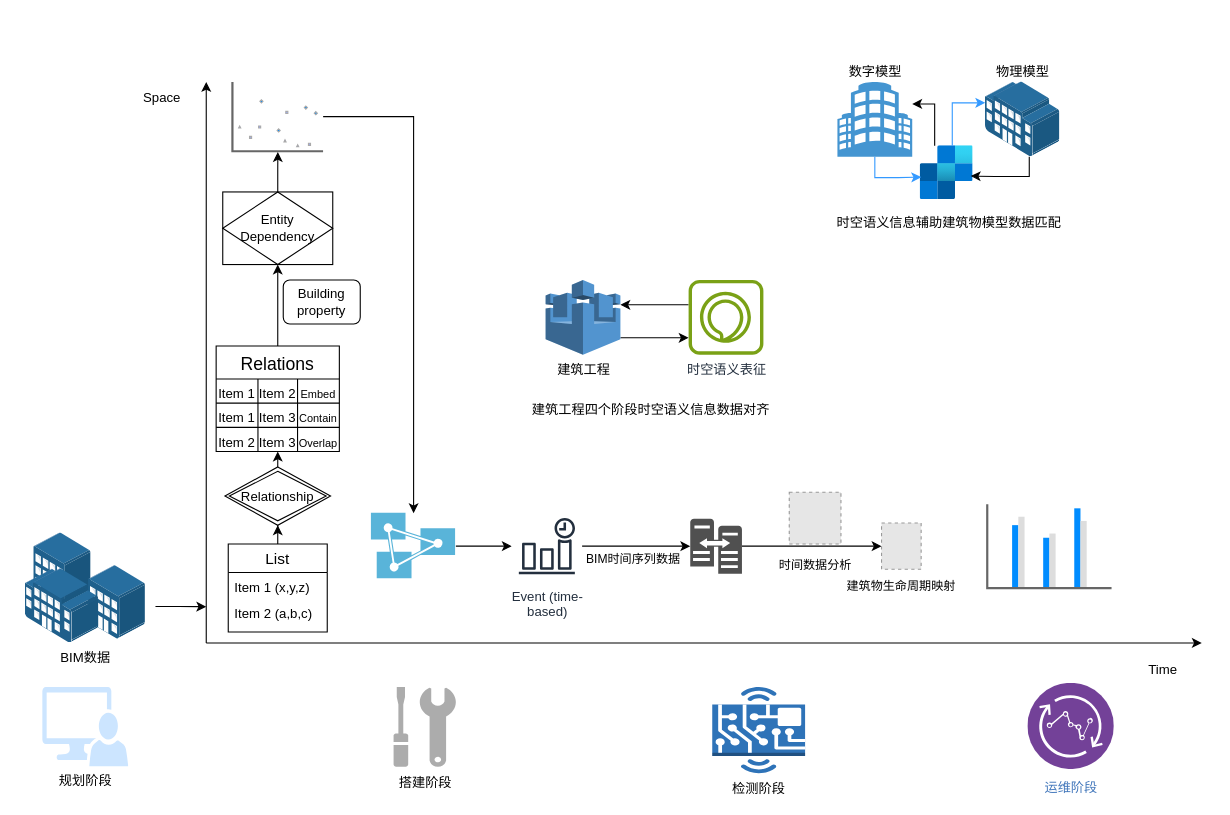
Student-WangZhengTao/LLM keeps this draw.io diagram as new.drawio. Above is the earlier version. Source tidied: cells renumbered, new cells numbered last; positions are measured from the earlier drawing's top-left corner, leaving out a move shared by most shapes. Both pictures are drawn from the tidied source at 110%, with x=0, y=0 at pixel (19, 81). Pictures stored in the file or linked from it are replaced by grey dashed boxes.
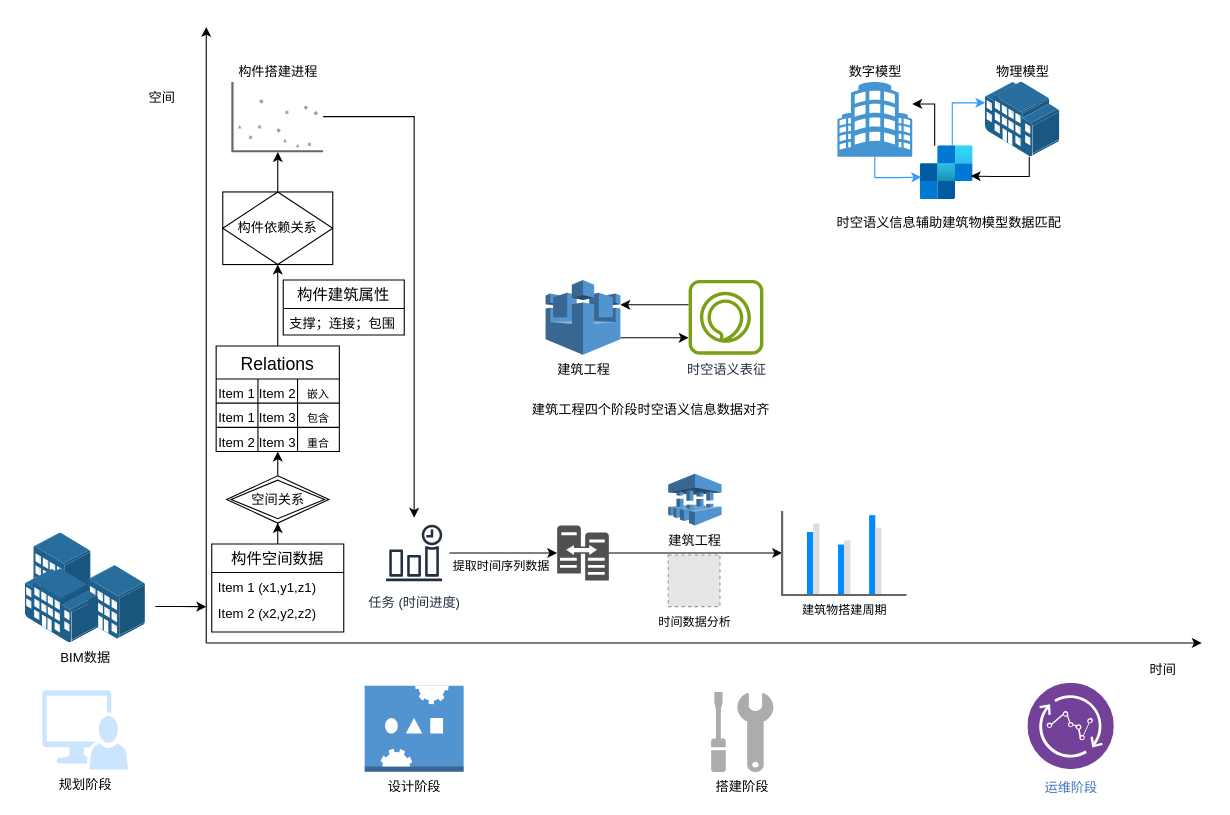
Above is the later version.

The change refers to these unchanged cells:
```xml
<mxCell id="12" style="shape=tableRow;horizontal=0;startSize=0;swimlaneHead=0;swimlaneBody=0;strokeColor=inherit;top=0;left=0;bottom=0;right=0;fillColor=none;fontSize=16;" parent="11" vertex="1">
  <mxGeometry y="30" width="112" height="22" as="geometry" />
</mxCell>
<mxCell id="16" style="shape=tableRow;horizontal=0;startSize=0;swimlaneHead=0;swimlaneBody=0;strokeColor=inherit;top=0;left=0;bottom=0;right=0;fillColor=none;fontSize=16;" parent="11" vertex="1">
  <mxGeometry y="52" width="112" height="22" as="geometry" />
</mxCell>
<mxCell id="20" style="shape=tableRow;horizontal=0;startSize=0;swimlaneHead=0;swimlaneBody=0;strokeColor=inherit;top=0;left=0;bottom=0;right=0;fillColor=none;fontSize=16;" parent="11" vertex="1">
  <mxGeometry y="74" width="112" height="22" as="geometry" />
</mxCell>
<mxCell id="41" style="edgeStyle=orthogonalEdgeStyle;rounded=0;jettySize=auto;html=1;entryX=0;entryY=0.5;entryDx=0;entryDy=0;entryPerimeter=0;" parent="1" edge="1" source="40" target="39">
  <mxGeometry relative="1" as="geometry" />
</mxCell>
```

Diff of the diagram source:
```diff
@@
     <mxCell id="3" style="endArrow=classic;html=1;rounded=0;" parent="1" edge="1">
       <mxGeometry relative="1" as="geometry">
         <mxPoint x="170" y="510" as="sourcePoint" />
-        <mxPoint x="170" as="targetPoint" />
+        <mxPoint x="170" y="-50" as="targetPoint" />
       </mxGeometry>
     </mxCell>
@@
-    <mxCell id="5" value="List" style="swimlane;fontStyle=0;horizontal=1;startSize=26;align=center;fontSize=14;" parent="1" vertex="1">
-      <mxGeometry x="190" y="420" width="90" height="80" as="geometry" />
+    <mxCell id="5" value="构件空间数据" style="swimlane;fontStyle=0;horizontal=1;startSize=26;align=center;fontSize=14;" parent="1" vertex="1">
+      <mxGeometry x="175" y="420" width="120" height="80" as="geometry" />
     </mxCell>
-    <mxCell id="6" value="Item 1 (x,y,z)" style="text;strokeColor=none;fillColor=none;spacingLeft=4;spacingRight=4;overflow=hidden;fontSize=12;whiteSpace=wrap;html=1;" parent="5" vertex="1">
-      <mxGeometry y="26" width="90" height="24" as="geometry" />
+    <mxCell id="6" value="Item 1 (x1,y1,z1)" style="text;strokeColor=none;fillColor=none;spacingLeft=4;spacingRight=4;overflow=hidden;fontSize=12;whiteSpace=wrap;html=1;" parent="5" vertex="1">
+      <mxGeometry y="26" width="120" height="24" as="geometry" />
     </mxCell>
-    <mxCell id="7" value="Item 2 (a,b,c)" style="text;strokeColor=none;fillColor=none;spacingLeft=4;spacingRight=4;overflow=hidden;fontSize=12;whiteSpace=wrap;html=1;" parent="5" vertex="1">
-      <mxGeometry y="50" width="90" height="30" as="geometry" />
+    <mxCell id="7" value="Item 2 (x2,y2,z2)" style="text;strokeColor=none;fillColor=none;spacingLeft=4;spacingRight=4;overflow=hidden;fontSize=12;whiteSpace=wrap;html=1;" parent="5" vertex="1">
+      <mxGeometry y="50" width="120" height="30" as="geometry" />
     </mxCell>
@@
-    <mxCell id="9" value="Relationship" style="shape=rhombus;double=1;perimeter=rhombusPerimeter;whiteSpace=wrap;html=1;align=center;" parent="1" vertex="1">
-      <mxGeometry x="187" y="350" width="96" height="53" as="geometry" />
+    <mxCell id="9" value="空间关系" style="shape=rhombus;double=1;perimeter=rhombusPerimeter;whiteSpace=wrap;html=1;align=center;" parent="1" vertex="1">
+      <mxGeometry x="188.5" y="358" width="93" height="43" as="geometry" />
     </mxCell>
@@
-    <mxCell id="15" value="&lt;font style=&quot;font-size: 10px;&quot;&gt;Embed&lt;/font&gt;" style="shape=partialRectangle;html=1;whiteSpace=wrap;strokeColor=inherit;overflow=hidden;fillColor=none;top=0;left=0;bottom=0;right=0;fontSize=16;" parent="12" vertex="1">
+    <mxCell id="15" value="&lt;font style=&quot;font-size: 10px;&quot;&gt;嵌入&lt;/font&gt;" style="shape=partialRectangle;html=1;whiteSpace=wrap;strokeColor=inherit;overflow=hidden;fillColor=none;top=0;left=0;bottom=0;right=0;fontSize=16;" parent="12" vertex="1">
       <mxGeometry x="74" width="38" height="22" as="geometry" />
     </mxCell>
@@
-    <mxCell id="19" value="&lt;font style=&quot;font-size: 10px;&quot;&gt;Contain&lt;/font&gt;" style="shape=partialRectangle;html=1;whiteSpace=wrap;strokeColor=inherit;overflow=hidden;fillColor=none;top=0;left=0;bottom=0;right=0;fontSize=16;" parent="16" vertex="1">
+    <mxCell id="19" value="&lt;font style=&quot;font-size: 10px;&quot;&gt;包含&lt;/font&gt;" style="shape=partialRectangle;html=1;whiteSpace=wrap;strokeColor=inherit;overflow=hidden;fillColor=none;top=0;left=0;bottom=0;right=0;fontSize=16;" parent="16" vertex="1">
       <mxGeometry x="74" width="38" height="22" as="geometry" />
     </mxCell>
@@
-    <mxCell id="23" value="&lt;font style=&quot;font-size: 10px;&quot;&gt;Overlap&lt;/font&gt;" style="shape=partialRectangle;html=1;whiteSpace=wrap;strokeColor=inherit;overflow=hidden;fillColor=none;top=0;left=0;bottom=0;right=0;fontSize=16;" parent="20" vertex="1">
+    <mxCell id="23" value="&lt;font style=&quot;font-size: 10px;&quot;&gt;重合&lt;/font&gt;" style="shape=partialRectangle;html=1;whiteSpace=wrap;strokeColor=inherit;overflow=hidden;fillColor=none;top=0;left=0;bottom=0;right=0;fontSize=16;" parent="20" vertex="1">
       <mxGeometry x="74" width="38" height="22" as="geometry" />
     </mxCell>
-    <mxCell id="24" value="Entity Dependency" style="shape=associativeEntity;whiteSpace=wrap;html=1;align=center;" parent="1" vertex="1">
+    <mxCell id="24" value="构件依赖关系" style="shape=associativeEntity;whiteSpace=wrap;html=1;align=center;" parent="1" vertex="1">
       <mxGeometry x="185" y="100" width="100" height="66" as="geometry" />
     </mxCell>
@@
-    <mxCell id="26" value="Space" style="text;html=1;align=center;verticalAlign=middle;whiteSpace=wrap;rounded=0;" parent="1" vertex="1">
+    <mxCell id="26" value="空间" style="text;html=1;align=center;verticalAlign=middle;whiteSpace=wrap;rounded=0;" parent="1" vertex="1">
       <mxGeometry x="100" width="60" height="30" as="geometry" />
     </mxCell>
-    <mxCell id="27" value="Time" style="text;html=1;align=center;verticalAlign=middle;whiteSpace=wrap;rounded=0;" parent="1" vertex="1">
+    <mxCell id="27" value="时间" style="text;html=1;align=center;verticalAlign=middle;whiteSpace=wrap;rounded=0;" parent="1" vertex="1">
       <mxGeometry x="1010" y="520" width="60" height="30" as="geometry" />
     </mxCell>
-    <mxCell id="28" style="edgeStyle=orthogonalEdgeStyle;rounded=0;jettySize=auto;html=1;" parent="1" edge="1" source="29" target="37">
+    <mxCell id="28" style="edgeStyle=orthogonalEdgeStyle;rounded=0;jettySize=auto;html=1;" parent="1" edge="1" source="29" target="40">
       <mxGeometry relative="1" as="geometry" />
     </mxCell>
-    <mxCell id="29" style="verticalLabelPosition=bottom;shadow=0;dashed=0;align=center;html=1;verticalAlign=top;strokeWidth=1;shape=mxgraph.mockup.graphics.plotChart;strokeColor=none;strokeColor2=#aaaaaa;strokeColor3=#666666;fillColor2=#99aaff,#0022ff,#008cff;" parent="1" vertex="1">
+    <mxCell id="29" value="构件搭建进程" style="verticalLabelPosition=top;shadow=0;dashed=0;align=center;html=1;verticalAlign=bottom;strokeWidth=1;shape=mxgraph.mockup.graphics.plotChart;strokeColor=none;strokeColor2=#aaaaaa;strokeColor3=#666666;fillColor2=#99aaff,#0022ff,#008cff;labelPosition=center;" parent="1" vertex="1">
       <mxGeometry x="193.8" width="82.4" height="63" as="geometry" />
     </mxCell>
-    <mxCell id="30" value="Building property" style="rounded=1;whiteSpace=wrap;html=1;" parent="1" vertex="1">
-      <mxGeometry x="240" y="180" width="70" height="40" as="geometry" />
-    </mxCell>
@@
     <mxCell id="32" value="规划阶段" style="sketch=0;shadow=0;dashed=0;html=1;strokeColor=none;labelPosition=center;verticalLabelPosition=bottom;verticalAlign=top;align=center;fillColor=#cce5ff;shape=mxgraph.mscae.system_center.admin_console;" parent="1" vertex="1">
-      <mxGeometry x="21" y="550" width="78" height="72" as="geometry" />
+      <mxGeometry x="21" y="553" width="78" height="72" as="geometry" />
     </mxCell>
     <mxCell id="33" value="搭建阶段" style="sketch=0;shadow=0;dashed=0;html=1;strokeColor=none;labelPosition=center;verticalLabelPosition=bottom;verticalAlign=top;align=center;fillColor=#acacac;shape=mxgraph.mscae.enterprise.maintenance;" parent="1" vertex="1">
-      <mxGeometry x="340.3" y="550" width="56.6" height="72.6" as="geometry" />
+      <mxGeometry x="629" y="554.7" width="56.6" height="72.6" as="geometry" />
     </mxCell>
-    <mxCell id="34" value="检测阶段" style="dashed=0;verticalLabelPosition=bottom;verticalAlign=top;align=center;html=1;shape=mxgraph.aws3.hardware_board;fillColor=#2e73b8;gradientColor=none;" parent="1" vertex="1">
-      <mxGeometry x="630" y="550" width="84.4" height="78.5" as="geometry" />
-    </mxCell>
@@
-    <mxCell id="36" style="edgeStyle=orthogonalEdgeStyle;rounded=0;jettySize=auto;html=1;" parent="1" edge="1" source="37" target="40">
-      <mxGeometry relative="1" as="geometry" />
-    </mxCell>
-    <mxCell id="37" style="image;sketch=0;html=1;points=[];align=center;fontSize=12;image=img/lib/mscae/Analysis_Services.svg;" parent="1" vertex="1">
-      <mxGeometry x="320" y="392" width="76.9" height="60" as="geometry" />
-    </mxCell>
-    <mxCell id="38" style="edgeStyle=orthogonalEdgeStyle;rounded=0;jettySize=auto;html=1;entryX=0;entryY=0.5;entryDx=0;entryDy=0;" parent="1" edge="1" source="39" target="44">
-      <mxGeometry relative="1" as="geometry" />
-    </mxCell>
     <mxCell id="39" style="sketch=0;shadow=0;dashed=0;html=1;strokeColor=none;labelPosition=center;verticalLabelPosition=bottom;verticalAlign=top;align=center;fillColor=#505050;shape=mxgraph.mscae.oms.server_width_changes;" parent="1" vertex="1">
-      <mxGeometry x="610" y="397" width="47" height="50" as="geometry" />
+      <mxGeometry x="489" y="403.2" width="47" height="50" as="geometry" />
     </mxCell>
-    <mxCell id="40" value="Event (time-&#10;based)" style="sketch=0;outlineConnect=0;fontColor=#232F3E;gradientColor=none;strokeColor=#232F3E;fillColor=#ffffff;dashed=0;verticalLabelPosition=bottom;verticalAlign=top;align=center;html=1;fontSize=12;fontStyle=0;shape=mxgraph.aws4.resourceIcon;resIcon=mxgraph.aws4.event_time_based;" parent="1" vertex="1">
-      <mxGeometry x="447.7" y="390" width="64" height="64" as="geometry" />
+    <mxCell id="40" value="任务 (时间进度)" style="sketch=0;outlineConnect=0;fontColor=#232F3E;gradientColor=none;strokeColor=#232F3E;fillColor=#ffffff;dashed=0;verticalLabelPosition=bottom;verticalAlign=top;align=center;html=1;fontSize=12;fontStyle=0;shape=mxgraph.aws4.resourceIcon;resIcon=mxgraph.aws4.event_time_based;" parent="1" vertex="1">
+      <mxGeometry x="327" y="396.2" width="64" height="64" as="geometry" />
     </mxCell>
@@
-    <mxCell id="42" value="BIM时间序列数据" style="edgeLabel;html=1;align=center;verticalAlign=middle;" parent="41" vertex="1">
+    <mxCell id="42" value="提取时间序列数据" style="edgeLabel;html=1;align=center;verticalAlign=middle;" parent="41" vertex="1">
       <mxGeometry x="-0.15" relative="1" as="geometry">
         <mxPoint x="4" y="11" as="offset" />
       </mxGeometry>
     </mxCell>
@@
-    <mxCell id="44" style="fillColor=#E6E6E6;strokeColor=#999999;dashed=1;html=1;verticalAlign=top;labelPosition=center;verticalLabelPosition=bottom;align=center;spacingTop=-6;fontSize=11;fontStyle=1;fontColor=#999999;" parent="1" vertex="1">
-      <mxGeometry x="783.9" y="401" width="36" height="42" as="geometry" />
-    </mxCell>
-    <mxCell id="45" style="fillColor=#E6E6E6;strokeColor=#999999;dashed=1;html=1;verticalAlign=top;verticalLabelPosition=bottom;labelBackgroundColor=#ffffff;" parent="1" vertex="1">
-      <mxGeometry x="700" y="373" width="47" height="47" as="geometry" />
+    <mxCell id="45" value="&lt;span style=&quot;font-size: 11px;&quot;&gt;时间数据分析&lt;/span&gt;" style="fillColor=#E6E6E6;strokeColor=#999999;dashed=1;html=1;verticalAlign=top;verticalLabelPosition=bottom;labelBackgroundColor=#ffffff;" parent="1" vertex="1">
+      <mxGeometry x="590" y="430" width="47" height="47" as="geometry" />
     </mxCell>
-    <mxCell id="46" value="&lt;span style=&quot;font-size: 11px; text-wrap-mode: nowrap; background-color: rgb(255, 255, 255);&quot;&gt;时间数据分析&lt;/span&gt;" style="text;html=1;align=center;verticalAlign=middle;whiteSpace=wrap;rounded=0;" parent="1" vertex="1">
-      <mxGeometry x="693.5" y="424" width="60" height="30" as="geometry" />
-    </mxCell>
-    <mxCell id="47" value="&lt;span style=&quot;font-size: 11px; text-wrap-mode: nowrap; background-color: rgb(255, 255, 255);&quot;&gt;建筑物生命周期映射&lt;/span&gt;" style="text;html=1;align=center;verticalAlign=middle;whiteSpace=wrap;rounded=0;" parent="1" vertex="1">
-      <mxGeometry x="771.9" y="443" width="60" height="30" as="geometry" />
-    </mxCell>
-    <mxCell id="48" style="verticalLabelPosition=bottom;shadow=0;dashed=0;align=center;html=1;verticalAlign=top;strokeWidth=1;shape=mxgraph.mockup.graphics.columnChart;strokeColor=none;strokeColor2=none;strokeColor3=#666666;fillColor2=#008cff;fillColor3=#dddddd;" parent="1" vertex="1">
-      <mxGeometry x="880" y="383.8" width="113" height="76.4" as="geometry" />
-    </mxCell>
@@
+    <mxCell id="62" value="设计阶段" style="dashed=0;verticalLabelPosition=bottom;verticalAlign=top;align=center;html=1;shape=mxgraph.aws3.servo;fillColor=#5294CF;gradientColor=none;" parent="1" vertex="1">
+      <mxGeometry x="314" y="549" width="90" height="78" as="geometry" />
+    </mxCell>
+    <mxCell id="63" value="构件建筑属性" style="swimlane;fontStyle=0;horizontal=1;startSize=26;align=center;fontSize=14;" parent="1" vertex="1">
+      <mxGeometry x="240" y="180" width="110" height="50" as="geometry" />
+    </mxCell>
+    <mxCell id="64" value="支撑；连接；包围" style="text;strokeColor=none;fillColor=none;spacingLeft=4;spacingRight=4;overflow=hidden;fontSize=12;whiteSpace=wrap;html=1;" parent="63" vertex="1">
+      <mxGeometry y="26" width="110" height="24" as="geometry" />
+    </mxCell>
+    <mxCell id="65" value="建筑工程" style="dashed=0;verticalLabelPosition=bottom;verticalAlign=top;align=center;html=1;shape=mxgraph.aws3.server_migration_service;fillColor=#5294CF;gradientColor=none;" parent="1" vertex="1">
+      <mxGeometry x="590" y="356.2" width="48.5" height="47" as="geometry" />
+    </mxCell>
+    <mxCell id="66" style="edgeStyle=orthogonalEdgeStyle;rounded=0;jettySize=auto;html=1;entryX=0;entryY=0.5;entryDx=0;entryDy=0;" parent="1" edge="1" source="39" target="67">
+      <mxGeometry relative="1" as="geometry" />
+    </mxCell>
+    <mxCell id="67" value="&lt;span style=&quot;font-size: 11px; background-color: rgb(255, 255, 255);&quot;&gt;建筑物搭建周期&lt;/span&gt;" style="verticalLabelPosition=bottom;shadow=0;dashed=0;align=center;html=1;verticalAlign=top;strokeWidth=1;shape=mxgraph.mockup.graphics.columnChart;strokeColor=none;strokeColor2=none;strokeColor3=#666666;fillColor2=#008cff;fillColor3=#dddddd;" parent="1" vertex="1">
+      <mxGeometry x="693.5" y="390" width="113" height="76.4" as="geometry" />
+    </mxCell>
```
